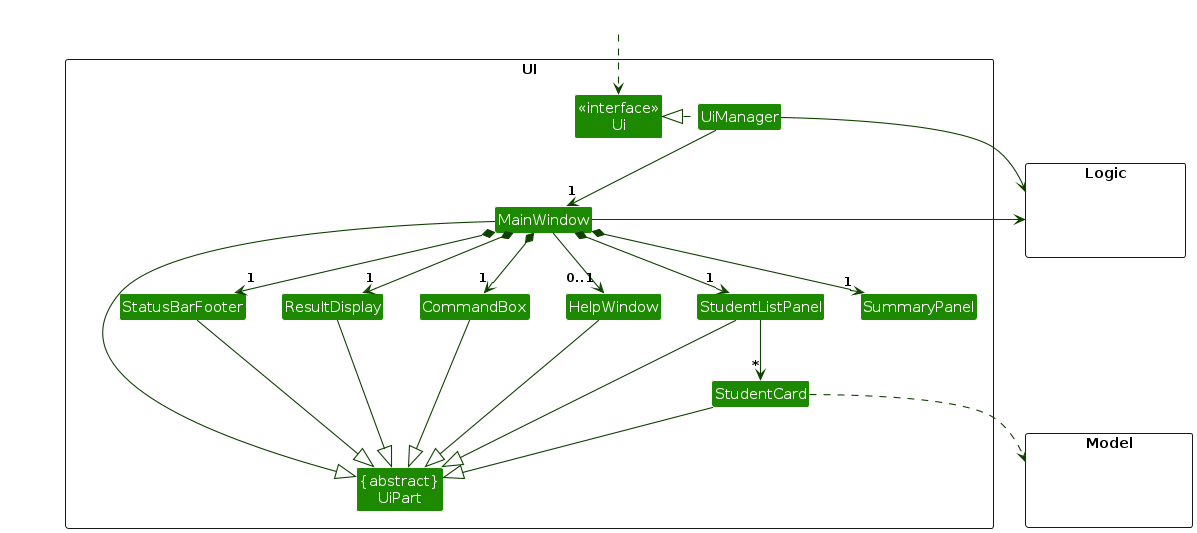
The PlantUML diagram diagrams/UiClassDiagram.png in ruihongc/tp, before a commit. Its source is kept beside it as diagrams/UiClassDiagram.puml. The source it was exported from:
```plantuml
@startuml
!include style.puml
skinparam arrowThickness 1.1
skinparam arrowColor UI_COLOR_T4
skinparam classBackgroundColor UI_COLOR

package UI <<Rectangle>>{
Class "<<interface>>\nUi" as Ui
Class "{abstract}\nUiPart" as UiPart
Class UiManager
Class MainWindow
Class HelpWindow
Class ResultDisplay
Class StudentListPanel
Class StudentCard
Class SummaryPanel
Class StatusBarFooter
Class CommandBox
}

package Model <<Rectangle>> {
Class HiddenModel #FFFFFF
}

package Logic <<Rectangle>> {
Class HiddenLogic #FFFFFF
}

Class HiddenOutside #FFFFFF
HiddenOutside ..> Ui

UiManager .left.|> Ui
UiManager -down-> "1" MainWindow
MainWindow *-down->  "1" CommandBox
MainWindow *-down-> "1" ResultDisplay
MainWindow *-down-> "1" StudentListPanel
MainWindow *-down-> "1" SummaryPanel
MainWindow *-down-> "1" StatusBarFooter
MainWindow --> "0..1" HelpWindow

StudentListPanel -down-> "*" StudentCard

MainWindow -left-|> UiPart

ResultDisplay --|> UiPart
CommandBox --|> UiPart
StudentListPanel --|> UiPart
StudentCard --|> UiPart
StatusBarFooter --|> UiPart
HelpWindow --|> UiPart

StudentCard ..> Model
UiManager -right-> Logic
MainWindow -left-> Logic

StudentListPanel -[hidden]left- HelpWindow
HelpWindow -[hidden]left- CommandBox
CommandBox -[hidden]left- ResultDisplay
ResultDisplay -[hidden]left- StatusBarFooter

MainWindow -[hidden]-|> UiPart
@enduml
```
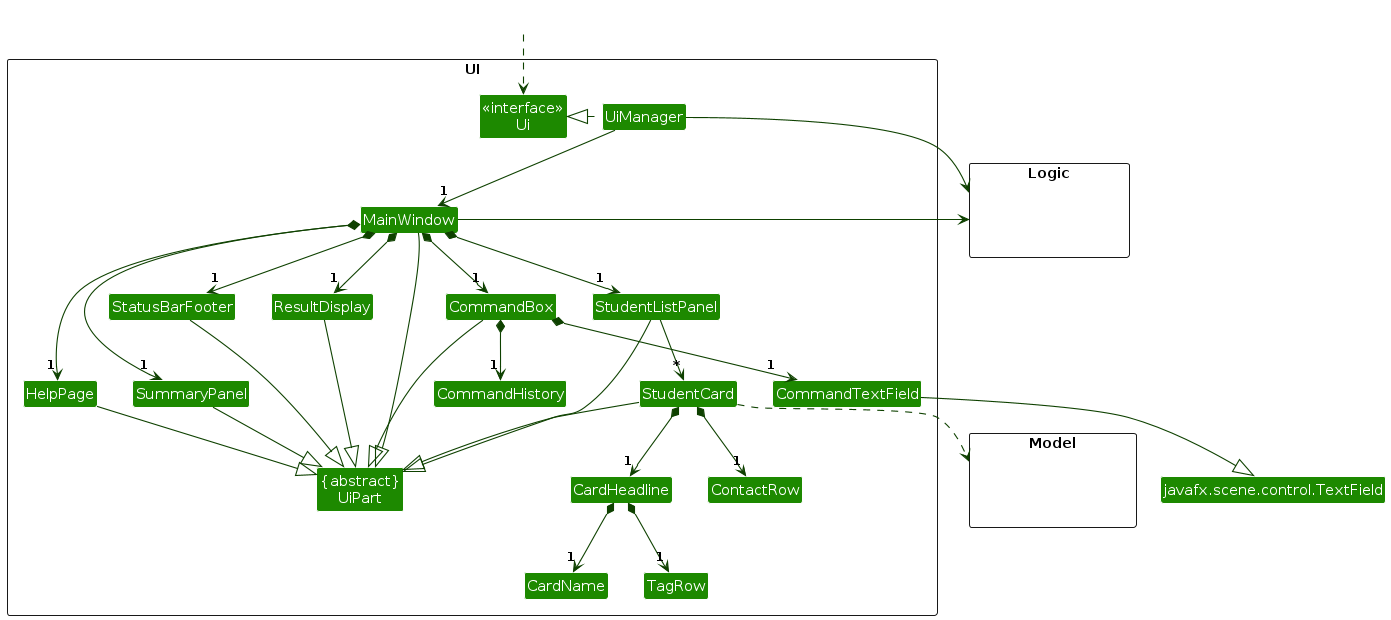
After the change.

Change to the diagram source:
```diff
@@ -9,13 +9,23 @@
 Class "{abstract}\nUiPart" as UiPart
 Class UiManager
 Class MainWindow
-Class HelpWindow
+Class HelpPage
 Class ResultDisplay
 Class StudentListPanel
 Class StudentCard
 Class SummaryPanel
 Class StatusBarFooter
 Class CommandBox
+Class CommandHistory {
+    ~add(command : String) : void
+    ~previous(text : String) : String
+    ~next(text : String) : String
+}
+Class CommandTextField
+Class CardHeadline
+Class CardName
+Class TagRow
+Class ContactRow
 }
 
 package Model <<Rectangle>> {
@@ -26,35 +36,43 @@
 Class HiddenLogic #FFFFFF
 }
 
+Class "javafx.scene.control.TextField" as TextField
 Class HiddenOutside #FFFFFF
 HiddenOutside ..> Ui
 
 UiManager .left.|> Ui
 UiManager -down-> "1" MainWindow
 MainWindow *-down->  "1" CommandBox
+CommandBox *-down-> "1" CommandHistory
+CommandBox *-down-> "1" CommandTextField
 MainWindow *-down-> "1" ResultDisplay
+MainWindow *-down-> "1" HelpPage
 MainWindow *-down-> "1" StudentListPanel
 MainWindow *-down-> "1" SummaryPanel
 MainWindow *-down-> "1" StatusBarFooter
-MainWindow --> "0..1" HelpWindow
 
 StudentListPanel -down-> "*" StudentCard
+StudentCard *-down-> "1" CardHeadline
+StudentCard *-down-> "1" ContactRow
+CardHeadline *-down-> "1" CardName
+CardHeadline *-down-> "1" TagRow
 
 MainWindow -left-|> UiPart
 
+HelpPage --|> UiPart
 ResultDisplay --|> UiPart
 CommandBox --|> UiPart
+CommandTextField --|> TextField
 StudentListPanel --|> UiPart
 StudentCard --|> UiPart
 StatusBarFooter --|> UiPart
-HelpWindow --|> UiPart
+SummaryPanel --|> UiPart
 
 StudentCard ..> Model
 UiManager -right-> Logic
 MainWindow -left-> Logic
 
-StudentListPanel -[hidden]left- HelpWindow
-HelpWindow -[hidden]left- CommandBox
+StudentListPanel -[hidden]left- CommandBox
 CommandBox -[hidden]left- ResultDisplay
 ResultDisplay -[hidden]left- StatusBarFooter
 
```
